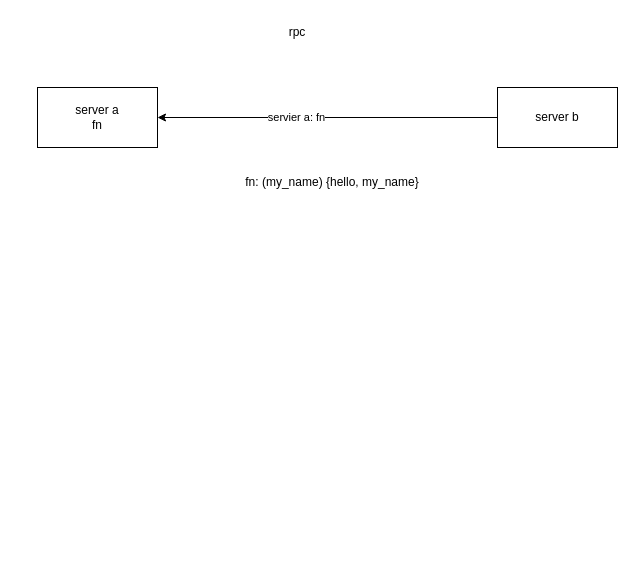
This is skills/rpc/flow.drawio from is-Xiaoen/DevCloud, a draw.io file, before an edit. Source tidied: cells renumbered, new cells numbered last; positions are measured from the earlier drawing's top-left corner, leaving out a move shared by most shapes. Both pictures are drawn from the tidied source at 100%, with x=0, y=0 at pixel (37, 17).
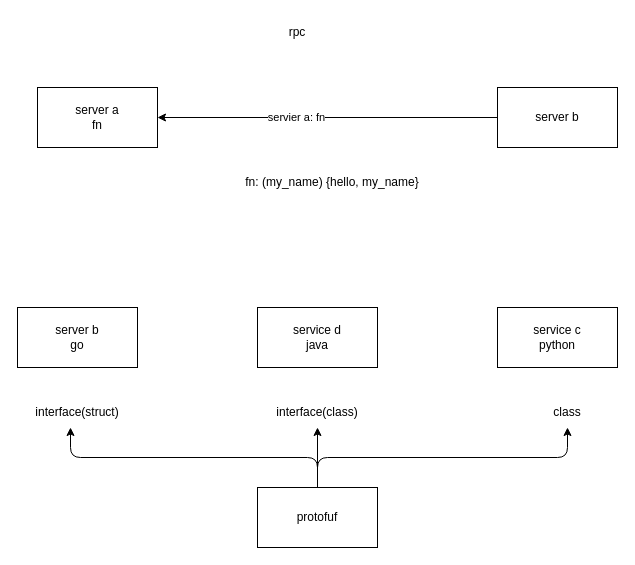
The same diagram, later.

Diff of the diagram source:
```diff
@@
 <mxGraphModel>
   <root>
     <mxCell id="0" />
     <mxCell id="1" parent="0" />
     <mxCell id="2" value="server a&lt;div&gt;fn&lt;/div&gt;" style="rounded=0;whiteSpace=wrap;html=1;" parent="1" vertex="1">
       <mxGeometry y="70" width="120" height="60" as="geometry" />
     </mxCell>
     <mxCell id="3" style="edgeStyle=none;html=1;exitX=0;exitY=0.5;exitDx=0;exitDy=0;" parent="1" edge="1" source="5" target="2">
       <mxGeometry relative="1" as="geometry" />
     </mxCell>
     <mxCell id="4" value="servier a: fn" style="edgeLabel;html=1;align=center;verticalAlign=middle;" parent="3" vertex="1">
       <mxGeometry x="0.19" y="-1" relative="1" as="geometry" />
     </mxCell>
     <mxCell id="5" value="server b" style="rounded=0;whiteSpace=wrap;html=1;" parent="1" vertex="1">
       <mxGeometry x="460" y="70" width="120" height="60" as="geometry" />
     </mxCell>
     <mxCell id="6" value="rpc" style="text;html=1;align=center;verticalAlign=middle;whiteSpace=wrap;rounded=0;" parent="1" vertex="1">
       <mxGeometry x="230" width="60" height="30" as="geometry" />
     </mxCell>
     <mxCell id="7" value="fn: (my_name) {hello, my_name}" style="text;html=1;align=center;verticalAlign=middle;whiteSpace=wrap;rounded=0;" parent="1" vertex="1">
       <mxGeometry x="180" y="150" width="230" height="30" as="geometry" />
     </mxCell>
+    <mxCell id="8" value="service c&lt;div&gt;python&lt;/div&gt;" style="rounded=0;whiteSpace=wrap;html=1;" parent="1" vertex="1">
+      <mxGeometry x="460" y="290" width="120" height="60" as="geometry" />
+    </mxCell>
+    <mxCell id="9" value="service d&lt;div&gt;java&lt;/div&gt;" style="rounded=0;whiteSpace=wrap;html=1;" parent="1" vertex="1">
+      <mxGeometry x="220" y="290" width="120" height="60" as="geometry" />
+    </mxCell>
+    <mxCell id="10" value="server b&lt;div&gt;go&lt;/div&gt;" style="rounded=0;whiteSpace=wrap;html=1;" parent="1" vertex="1">
+      <mxGeometry x="-20" y="290" width="120" height="60" as="geometry" />
+    </mxCell>
+    <mxCell id="11" style="edgeStyle=none;html=1;exitX=0.5;exitY=0;exitDx=0;exitDy=0;" parent="1" edge="1" source="13" target="15">
+      <mxGeometry relative="1" as="geometry" />
+    </mxCell>
+    <mxCell id="12" style="edgeStyle=orthogonalEdgeStyle;html=1;exitX=0.5;exitY=0;exitDx=0;exitDy=0;entryX=0.5;entryY=1;entryDx=0;entryDy=0;" parent="1" edge="1" source="13" target="16">
+      <mxGeometry relative="1" as="geometry" />
+    </mxCell>
+    <mxCell id="13" value="protofuf" style="rounded=0;whiteSpace=wrap;html=1;" parent="1" vertex="1">
+      <mxGeometry x="220" y="470" width="120" height="60" as="geometry" />
+    </mxCell>
+    <mxCell id="14" value="interface(struct)" style="text;html=1;align=center;verticalAlign=middle;whiteSpace=wrap;rounded=0;" parent="1" vertex="1">
+      <mxGeometry x="-10" y="380" width="100" height="30" as="geometry" />
+    </mxCell>
+    <mxCell id="15" value="interface(class)" style="text;html=1;align=center;verticalAlign=middle;whiteSpace=wrap;rounded=0;" parent="1" vertex="1">
+      <mxGeometry x="230" y="380" width="100" height="30" as="geometry" />
+    </mxCell>
+    <mxCell id="16" value="class" style="text;html=1;align=center;verticalAlign=middle;whiteSpace=wrap;rounded=0;" parent="1" vertex="1">
+      <mxGeometry x="500" y="380" width="60" height="30" as="geometry" />
+    </mxCell>
+    <mxCell id="17" style="edgeStyle=orthogonalEdgeStyle;html=1;exitX=0.5;exitY=0;exitDx=0;exitDy=0;entryX=0.43;entryY=1;entryDx=0;entryDy=0;entryPerimeter=0;" parent="1" edge="1" source="13" target="14">
+      <mxGeometry relative="1" as="geometry" />
+    </mxCell>
   </root>
 </mxGraphModel>
```
